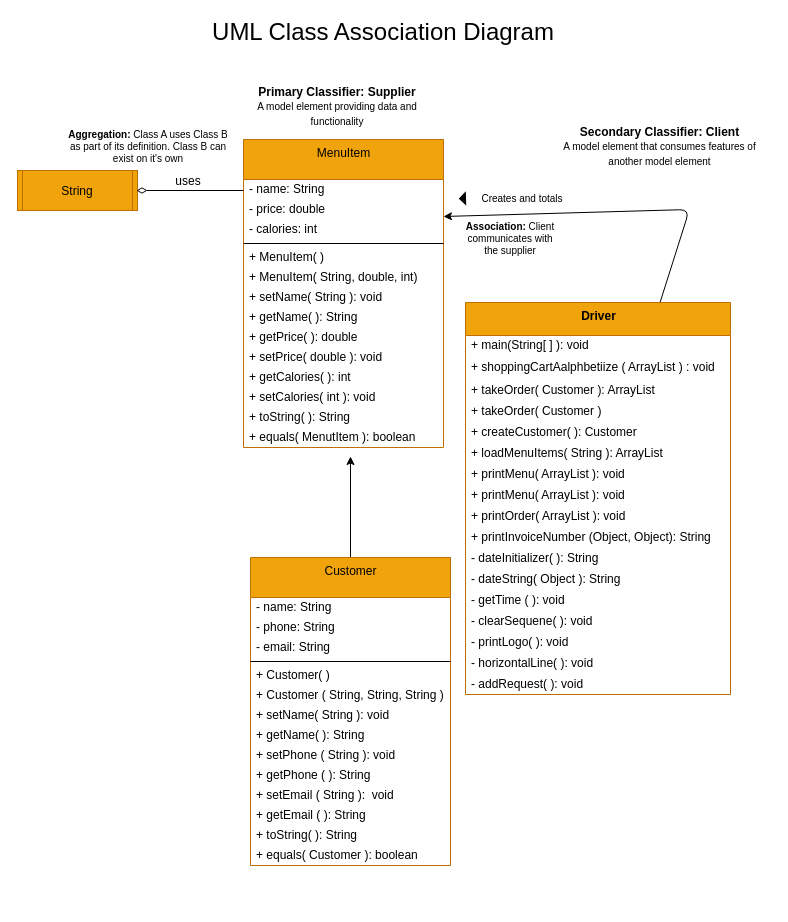
The draw.io diagram week6/MenuItem.drawio in GabrielMalone/CSCI165-Summer24-Gabriel_Malone, before the edit. Source tidied: cells renumbered, new cells numbered last; positions are measured from the earlier drawing's top-left corner, leaving out a move shared by most shapes. Both pictures are drawn from the tidied source at 100%, with x=0, y=0 at pixel (17, 17).
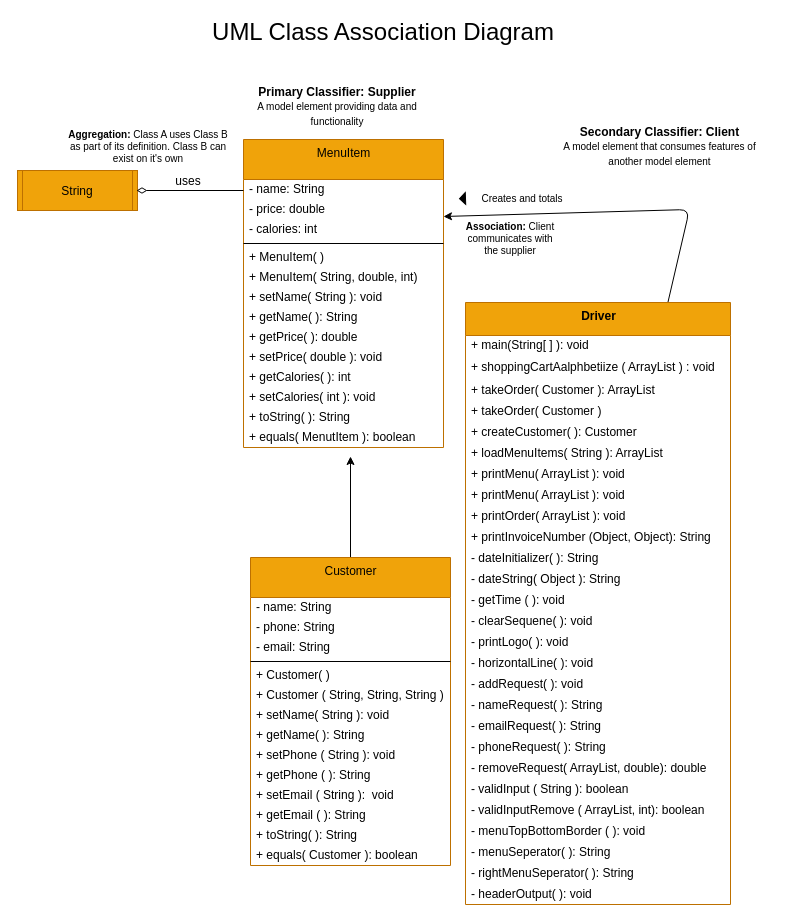
The same diagram, later.

Change to the diagram source:
```diff
@@
     <mxCell id="18" value="&lt;b&gt;Driver&lt;/b&gt;" style="swimlane;fontStyle=0;align=center;verticalAlign=top;horizontal=1;startSize=33;html=1;fillColor=#f0a30a;fontColor=#000000;strokeColor=#BD7000;" parent="1" vertex="1">
-      <mxGeometry x="448" y="285" width="265" height="392" as="geometry" />
+      <mxGeometry x="448" y="285" width="265" height="602" as="geometry" />
     </mxCell>
@@
+    <mxCell id="62" value="- nameRequest( ): String" style="text;html=1;strokeColor=none;fillColor=none;align=left;verticalAlign=middle;spacingLeft=4;spacingRight=4;overflow=hidden;" parent="18" vertex="1">
+      <mxGeometry y="392" width="265" height="21" as="geometry" />
+    </mxCell>
+    <mxCell id="63" value="- emailRequest( ): String" style="text;html=1;strokeColor=none;fillColor=none;align=left;verticalAlign=middle;spacingLeft=4;spacingRight=4;overflow=hidden;" parent="18" vertex="1">
+      <mxGeometry y="413" width="265" height="21" as="geometry" />
+    </mxCell>
+    <mxCell id="64" value="- phoneRequest( ): String" style="text;html=1;strokeColor=none;fillColor=none;align=left;verticalAlign=middle;spacingLeft=4;spacingRight=4;overflow=hidden;" parent="18" vertex="1">
+      <mxGeometry y="434" width="265" height="21" as="geometry" />
+    </mxCell>
+    <mxCell id="65" value="- removeRequest( ArrayList, double): double" style="text;html=1;strokeColor=none;fillColor=none;align=left;verticalAlign=middle;spacingLeft=4;spacingRight=4;overflow=hidden;" parent="18" vertex="1">
+      <mxGeometry y="455" width="265" height="21" as="geometry" />
+    </mxCell>
+    <mxCell id="66" value="- validInput ( String ): boolean" style="text;html=1;strokeColor=none;fillColor=none;align=left;verticalAlign=middle;spacingLeft=4;spacingRight=4;overflow=hidden;" parent="18" vertex="1">
+      <mxGeometry y="476" width="265" height="21" as="geometry" />
+    </mxCell>
+    <mxCell id="67" value="- validInputRemove ( ArrayList, int): boolean" style="text;html=1;strokeColor=none;fillColor=none;align=left;verticalAlign=middle;spacingLeft=4;spacingRight=4;overflow=hidden;" parent="18" vertex="1">
+      <mxGeometry y="497" width="265" height="21" as="geometry" />
+    </mxCell>
+    <mxCell id="68" value="- menuTopBottomBorder ( ): void" style="text;html=1;strokeColor=none;fillColor=none;align=left;verticalAlign=middle;spacingLeft=4;spacingRight=4;overflow=hidden;" parent="18" vertex="1">
+      <mxGeometry y="518" width="265" height="21" as="geometry" />
+    </mxCell>
+    <mxCell id="69" value="- menuSeperator( ): String" style="text;html=1;strokeColor=none;fillColor=none;align=left;verticalAlign=middle;spacingLeft=4;spacingRight=4;overflow=hidden;" parent="18" vertex="1">
+      <mxGeometry y="539" width="265" height="21" as="geometry" />
+    </mxCell>
+    <mxCell id="70" value="- rightMenuSeperator( ): String" style="text;html=1;strokeColor=none;fillColor=none;align=left;verticalAlign=middle;spacingLeft=4;spacingRight=4;overflow=hidden;" parent="18" vertex="1">
+      <mxGeometry y="560" width="265" height="21" as="geometry" />
+    </mxCell>
+    <mxCell id="71" value="- headerOutput( ): void" style="text;html=1;strokeColor=none;fillColor=none;align=left;verticalAlign=middle;spacingLeft=4;spacingRight=4;overflow=hidden;" parent="18" vertex="1">
+      <mxGeometry y="581" width="265" height="21" as="geometry" />
+    </mxCell>
```
